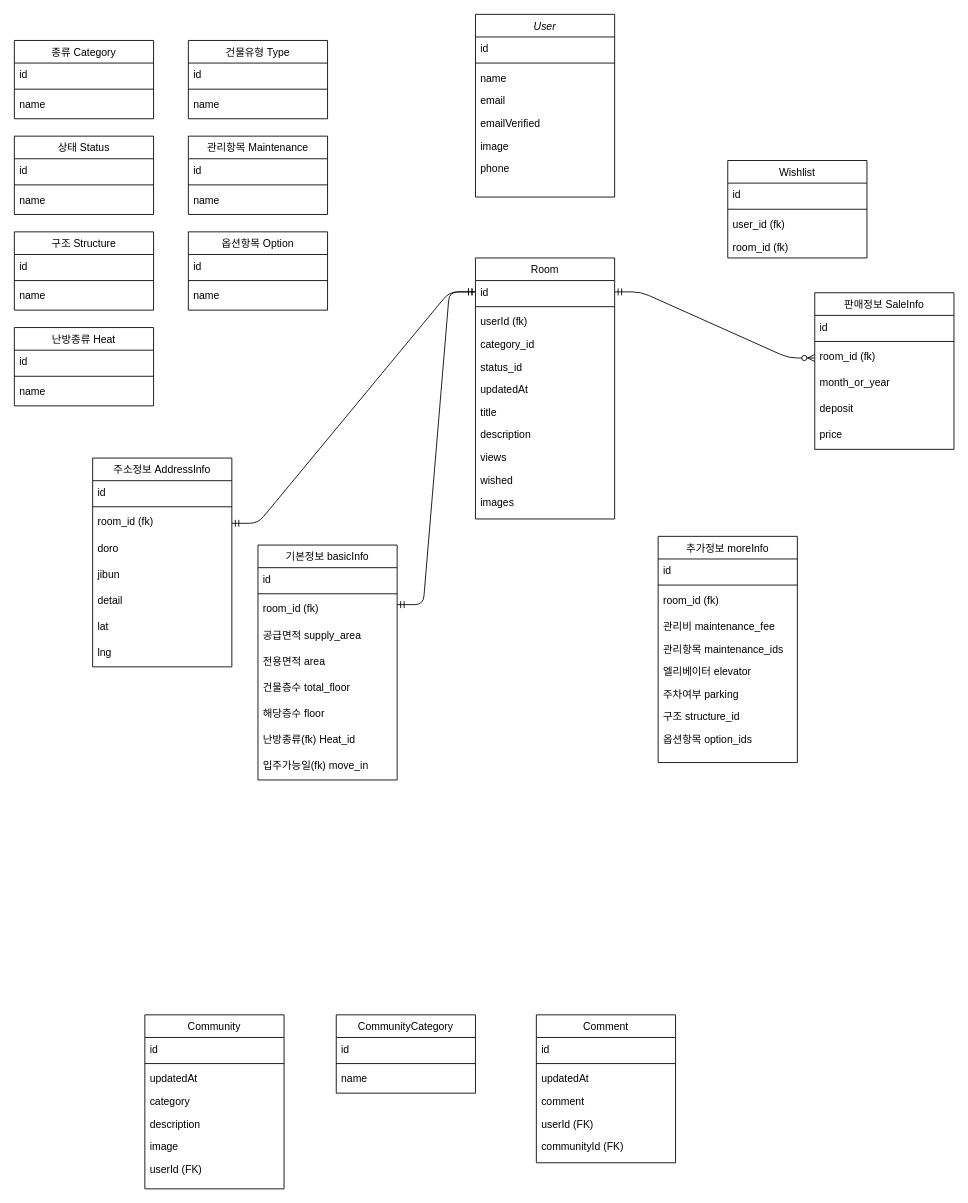
Above: ERD/myspotERD.drawio in 9yu9yu81/study_nextJs_realEstate (draw.io), before the change. Source tidied: cells renumbered, new cells numbered last; positions are measured from the earlier drawing's top-left corner, leaving out a move shared by most shapes. Both pictures are drawn from the tidied source at 87%, with x=0, y=0 at pixel (14, 14).
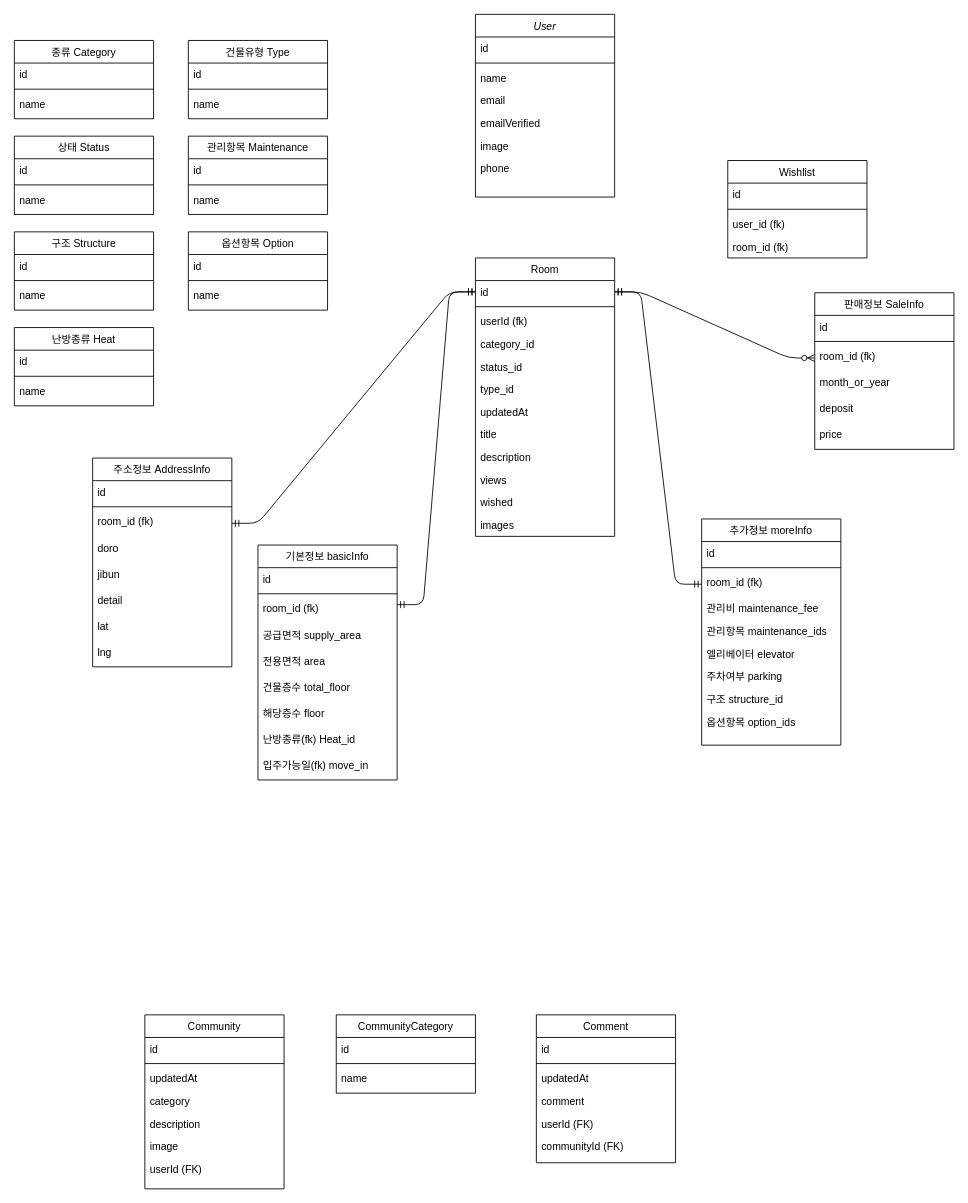
Above is the later version.

The change refers to these unchanged cells:
```xml
<mxCell id="19" value="id" style="text;align=left;verticalAlign=top;spacingLeft=4;spacingRight=4;overflow=hidden;points=[[0,0.5],[1,0.5]];portConstraint=eastwest;" parent="18" vertex="1">
  <mxGeometry y="26" width="160" height="26" as="geometry" />
</mxCell>
<mxCell id="87" value="room_id (fk)" style="text;align=left;verticalAlign=top;spacingLeft=4;spacingRight=4;overflow=hidden;points=[[0,0.5],[1,0.5]];portConstraint=eastwest;rounded=0;shadow=0;html=0;" parent="84" vertex="1">
  <mxGeometry y="60" width="160" height="30" as="geometry" />
</mxCell>
```

What changed in the source:
```diff
@@
     <mxCell id="18" value="Room" style="swimlane;fontStyle=0;align=center;verticalAlign=top;horizontal=1;startSize=26;rounded=0;shadow=0;strokeWidth=1;" parent="1" vertex="1">
-      <mxGeometry x="530" y="280" width="160" height="300" as="geometry" />
+      <mxGeometry x="530" y="280" width="160" height="320" as="geometry" />
     </mxCell>
@@
+    <mxCell id="113" value="type_id" style="text;align=left;verticalAlign=top;spacingLeft=4;spacingRight=4;overflow=hidden;rounded=0;shadow=0;html=0;" parent="18" vertex="1">
+      <mxGeometry y="138" width="160" height="26" as="geometry" />
+    </mxCell>
     <mxCell id="24" value="updatedAt   " style="text;align=left;verticalAlign=top;spacingLeft=4;spacingRight=4;overflow=hidden;rounded=0;shadow=0;html=0;" parent="18" vertex="1">
-      <mxGeometry y="138" width="160" height="26" as="geometry" />
+      <mxGeometry y="164" width="160" height="26" as="geometry" />
     </mxCell>
     <mxCell id="25" value="title" style="text;align=left;verticalAlign=top;spacingLeft=4;spacingRight=4;overflow=hidden;rounded=0;shadow=0;html=0;" parent="18" vertex="1">
-      <mxGeometry y="164" width="160" height="26" as="geometry" />
+      <mxGeometry y="190" width="160" height="26" as="geometry" />
     </mxCell>
     <mxCell id="26" value="description" style="text;align=left;verticalAlign=top;spacingLeft=4;spacingRight=4;overflow=hidden;rounded=0;shadow=0;html=0;" parent="18" vertex="1">
-      <mxGeometry y="190" width="160" height="26" as="geometry" />
+      <mxGeometry y="216" width="160" height="26" as="geometry" />
     </mxCell>
     <mxCell id="27" value="views" style="text;align=left;verticalAlign=top;spacingLeft=4;spacingRight=4;overflow=hidden;rounded=0;shadow=0;html=0;" parent="18" vertex="1">
-      <mxGeometry y="216" width="160" height="26" as="geometry" />
+      <mxGeometry y="242" width="160" height="26" as="geometry" />
     </mxCell>
     <mxCell id="28" value="wished" style="text;align=left;verticalAlign=top;spacingLeft=4;spacingRight=4;overflow=hidden;rounded=0;shadow=0;html=0;" parent="18" vertex="1">
-      <mxGeometry y="242" width="160" height="26" as="geometry" />
+      <mxGeometry y="268" width="160" height="26" as="geometry" />
     </mxCell>
     <mxCell id="29" value="images" style="text;align=left;verticalAlign=top;spacingLeft=4;spacingRight=4;overflow=hidden;rounded=0;shadow=0;html=0;" parent="18" vertex="1">
-      <mxGeometry y="268" width="160" height="26" as="geometry" />
+      <mxGeometry y="294" width="160" height="26" as="geometry" />
     </mxCell>
@@
     <mxCell id="84" value="추가정보 moreInfo" style="swimlane;fontStyle=0;align=center;verticalAlign=top;horizontal=1;startSize=26;rounded=0;shadow=0;strokeWidth=1;" parent="1" vertex="1">
-      <mxGeometry x="740" y="600" width="160" height="260" as="geometry" />
+      <mxGeometry x="790" y="580" width="160" height="260" as="geometry" />
     </mxCell>
@@
+    <mxCell id="114" style="edgeStyle=entityRelationEdgeStyle;fontSize=12;html=1;endArrow=ERmandOne;startArrow=ERmandOne;entryX=1;entryY=0.5;entryDx=0;entryDy=0;exitX=0;exitY=0.5;exitDx=0;exitDy=0;" parent="1" edge="1" source="87" target="19">
+      <mxGeometry relative="1" as="geometry" />
+    </mxCell>
```
